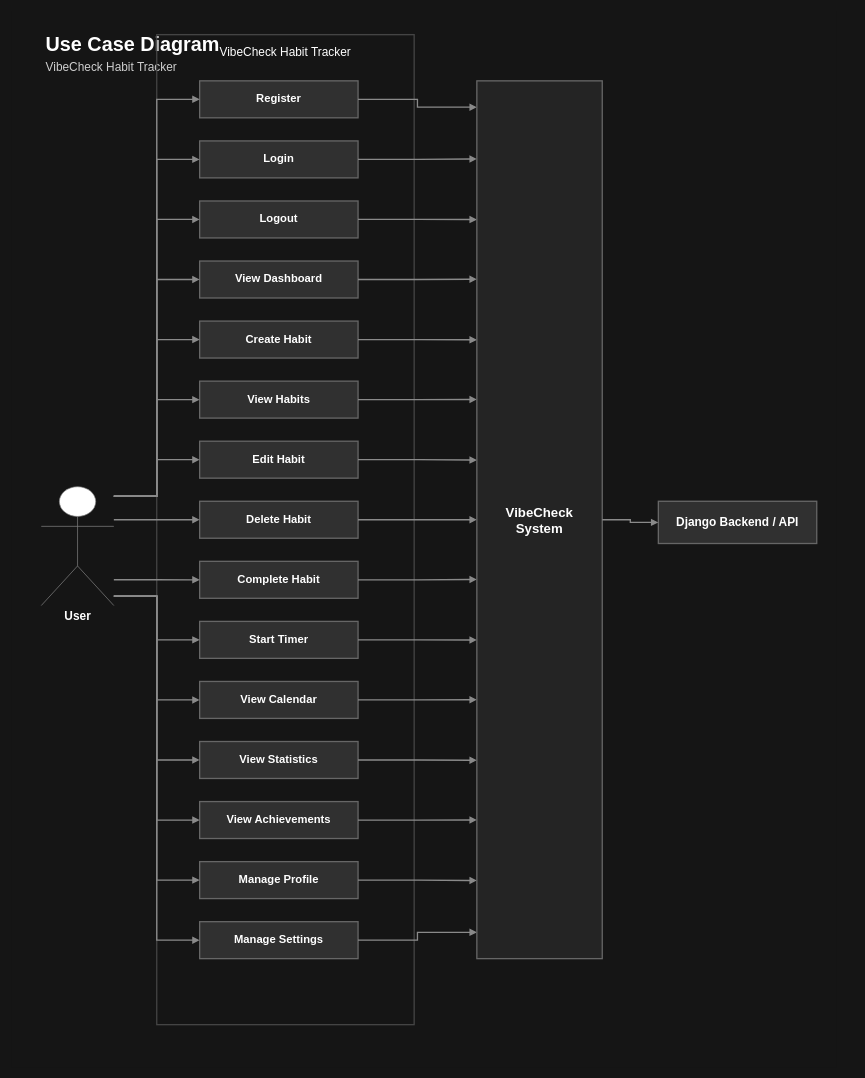
Earlier version of the draw.io diagram page "Use Case Diagram" (1 of 4) of docs/diagrams/drawio/vibecheck-diagrams.drawio (stellandegwa853/habittracker). Source tidied: cells renumbered, new cells numbered last; positions are measured from the earlier drawing's top-left corner, leaving out a move shared by most shapes. Both pictures are drawn from the tidied source at 66%, with x=0, y=0 at pixel (11, 11).
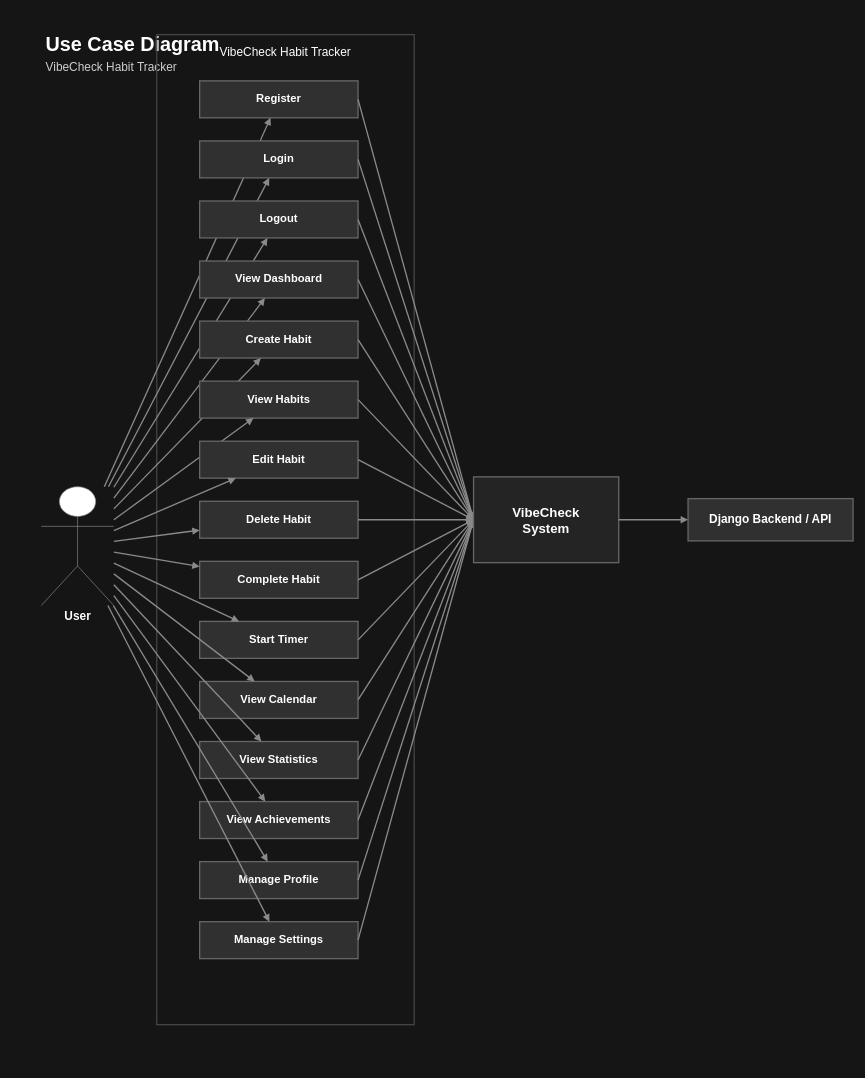
The same page after the edit.

Commit message (it also covers changes not shown here):
Straighten use case diagram connectors

Unchanged cells that the change refers to:
```xml
<mxCell id="5" value="User" style="shape=umlActor;verticalLabelPosition=bottom;verticalAlign=top;html=1;outlineConnect=0;strokeColor=#8a8a8a;fontSize=18;fontStyle=1;fontColor=#ffffff;" parent="1" vertex="1">
  <mxGeometry x="45" y="720" width="110" height="180" as="geometry" />
</mxCell>
<mxCell id="7" value="Register" style="rounded=0;whiteSpace=wrap;html=1;fillColor=#303030;strokeColor=#666666;strokeWidth=2;fontColor=#ffffff;fontSize=17;spacing=10;align=center;verticalAlign=middle;fontStyle=1;" parent="1" vertex="1">
  <mxGeometry x="285" y="105" width="240" height="56" as="geometry" />
</mxCell>
<mxCell id="10" value="Login" style="rounded=0;whiteSpace=wrap;html=1;fillColor=#303030;strokeColor=#666666;strokeWidth=2;fontColor=#ffffff;fontSize=17;spacing=10;align=center;verticalAlign=middle;fontStyle=1;" parent="1" vertex="1">
  <mxGeometry x="285" y="196" width="240" height="56" as="geometry" />
</mxCell>
<mxCell id="13" value="Logout" style="rounded=0;whiteSpace=wrap;html=1;fillColor=#303030;strokeColor=#666666;strokeWidth=2;fontColor=#ffffff;fontSize=17;spacing=10;align=center;verticalAlign=middle;fontStyle=1;" parent="1" vertex="1">
  <mxGeometry x="285" y="287" width="240" height="56" as="geometry" />
</mxCell>
<mxCell id="16" value="View Dashboard" style="rounded=0;whiteSpace=wrap;html=1;fillColor=#303030;strokeColor=#666666;strokeWidth=2;fontColor=#ffffff;fontSize=17;spacing=10;align=center;verticalAlign=middle;fontStyle=1;" parent="1" vertex="1">
  <mxGeometry x="285" y="378" width="240" height="56" as="geometry" />
</mxCell>
<mxCell id="19" value="Create Habit" style="rounded=0;whiteSpace=wrap;html=1;fillColor=#303030;strokeColor=#666666;strokeWidth=2;fontColor=#ffffff;fontSize=17;spacing=10;align=center;verticalAlign=middle;fontStyle=1;" parent="1" vertex="1">
  <mxGeometry x="285" y="469" width="240" height="56" as="geometry" />
</mxCell>
<mxCell id="22" value="View Habits" style="rounded=0;whiteSpace=wrap;html=1;fillColor=#303030;strokeColor=#666666;strokeWidth=2;fontColor=#ffffff;fontSize=17;spacing=10;align=center;verticalAlign=middle;fontStyle=1;" parent="1" vertex="1">
  <mxGeometry x="285" y="560" width="240" height="56" as="geometry" />
</mxCell>
<mxCell id="25" value="Edit Habit" style="rounded=0;whiteSpace=wrap;html=1;fillColor=#303030;strokeColor=#666666;strokeWidth=2;fontColor=#ffffff;fontSize=17;spacing=10;align=center;verticalAlign=middle;fontStyle=1;" parent="1" vertex="1">
  <mxGeometry x="285" y="651" width="240" height="56" as="geometry" />
</mxCell>
<mxCell id="28" value="Delete Habit" style="rounded=0;whiteSpace=wrap;html=1;fillColor=#303030;strokeColor=#666666;strokeWidth=2;fontColor=#ffffff;fontSize=17;spacing=10;align=center;verticalAlign=middle;fontStyle=1;" parent="1" vertex="1">
  <mxGeometry x="285" y="742" width="240" height="56" as="geometry" />
</mxCell>
<mxCell id="31" value="Complete Habit" style="rounded=0;whiteSpace=wrap;html=1;fillColor=#303030;strokeColor=#666666;strokeWidth=2;fontColor=#ffffff;fontSize=17;spacing=10;align=center;verticalAlign=middle;fontStyle=1;" parent="1" vertex="1">
  <mxGeometry x="285" y="833" width="240" height="56" as="geometry" />
</mxCell>
<mxCell id="34" value="Start Timer" style="rounded=0;whiteSpace=wrap;html=1;fillColor=#303030;strokeColor=#666666;strokeWidth=2;fontColor=#ffffff;fontSize=17;spacing=10;align=center;verticalAlign=middle;fontStyle=1;" parent="1" vertex="1">
  <mxGeometry x="285" y="924" width="240" height="56" as="geometry" />
</mxCell>
<mxCell id="37" value="View Calendar" style="rounded=0;whiteSpace=wrap;html=1;fillColor=#303030;strokeColor=#666666;strokeWidth=2;fontColor=#ffffff;fontSize=17;spacing=10;align=center;verticalAlign=middle;fontStyle=1;" parent="1" vertex="1">
  <mxGeometry x="285" y="1015" width="240" height="56" as="geometry" />
</mxCell>
<mxCell id="40" value="View Statistics" style="rounded=0;whiteSpace=wrap;html=1;fillColor=#303030;strokeColor=#666666;strokeWidth=2;fontColor=#ffffff;fontSize=17;spacing=10;align=center;verticalAlign=middle;fontStyle=1;" parent="1" vertex="1">
  <mxGeometry x="285" y="1106" width="240" height="56" as="geometry" />
</mxCell>
<mxCell id="43" value="View Achievements" style="rounded=0;whiteSpace=wrap;html=1;fillColor=#303030;strokeColor=#666666;strokeWidth=2;fontColor=#ffffff;fontSize=17;spacing=10;align=center;verticalAlign=middle;fontStyle=1;" parent="1" vertex="1">
  <mxGeometry x="285" y="1197" width="240" height="56" as="geometry" />
</mxCell>
<mxCell id="46" value="Manage Profile" style="rounded=0;whiteSpace=wrap;html=1;fillColor=#303030;strokeColor=#666666;strokeWidth=2;fontColor=#ffffff;fontSize=17;spacing=10;align=center;verticalAlign=middle;fontStyle=1;" parent="1" vertex="1">
  <mxGeometry x="285" y="1288" width="240" height="56" as="geometry" />
</mxCell>
<mxCell id="49" value="Manage Settings" style="rounded=0;whiteSpace=wrap;html=1;fillColor=#303030;strokeColor=#666666;strokeWidth=2;fontColor=#ffffff;fontSize=17;spacing=10;align=center;verticalAlign=middle;fontStyle=1;" parent="1" vertex="1">
  <mxGeometry x="285" y="1379" width="240" height="56" as="geometry" />
</mxCell>
```

The edit, as a diff of the source:
```diff
@@
-    <mxCell id="8" style="edgeStyle=orthogonalEdgeStyle;rounded=0;html=1;strokeColor=#8a8a8a;strokeWidth=2;fontColor=#ffffff;fontSize=15;labelBackgroundColor=#151515;endArrow=block;endFill=1;exitX=1;exitY=0.080;entryX=0;entryY=0.5;" parent="1" edge="1" source="5" target="7">
+    <mxCell id="8" style="html=1;rounded=0;strokeColor=#8a8a8a;strokeWidth=2;fontColor=#ffffff;fontSize=15;labelBackgroundColor=#151515;endArrow=block;endFill=1;edgeStyle=none;" parent="1" edge="1" source="5" target="7">
       <mxGeometry relative="1" as="geometry" />
     </mxCell>
-    <mxCell id="9" style="edgeStyle=orthogonalEdgeStyle;rounded=0;html=1;strokeColor=#8a8a8a;strokeWidth=2;fontColor=#ffffff;fontSize=15;labelBackgroundColor=#151515;endArrow=block;endFill=1;exitX=1;exitY=0.5;entryX=0;entryY=0.030;" parent="1" edge="1" source="7" target="52">
+    <mxCell id="9" style="html=1;rounded=0;strokeColor=#8a8a8a;strokeWidth=2;fontColor=#ffffff;fontSize=15;labelBackgroundColor=#151515;endArrow=block;endFill=1;edgeStyle=none;exitX=1;exitY=0.5;entryX=0;entryY=0.5;entryPerimeter=0;" parent="1" edge="1" source="7" target="52">
       <mxGeometry relative="1" as="geometry" />
     </mxCell>
@@
-    <mxCell id="11" style="edgeStyle=orthogonalEdgeStyle;rounded=0;html=1;strokeColor=#8a8a8a;strokeWidth=2;fontColor=#ffffff;fontSize=15;labelBackgroundColor=#151515;endArrow=block;endFill=1;exitX=1;exitY=0.080;entryX=0;entryY=0.5;" parent="1" edge="1" source="5" target="10">
+    <mxCell id="11" style="html=1;rounded=0;strokeColor=#8a8a8a;strokeWidth=2;fontColor=#ffffff;fontSize=15;labelBackgroundColor=#151515;endArrow=block;endFill=1;edgeStyle=none;" parent="1" edge="1" source="5" target="10">
       <mxGeometry relative="1" as="geometry" />
     </mxCell>
-    <mxCell id="12" style="edgeStyle=orthogonalEdgeStyle;rounded=0;html=1;strokeColor=#8a8a8a;strokeWidth=2;fontColor=#ffffff;fontSize=15;labelBackgroundColor=#151515;endArrow=block;endFill=1;exitX=1;exitY=0.5;entryX=0;entryY=0.089;" parent="1" edge="1" source="10" target="52">
+    <mxCell id="12" style="html=1;rounded=0;strokeColor=#8a8a8a;strokeWidth=2;fontColor=#ffffff;fontSize=15;labelBackgroundColor=#151515;endArrow=block;endFill=1;edgeStyle=none;exitX=1;exitY=0.5;entryX=0;entryY=0.5;entryPerimeter=0;" parent="1" edge="1" source="10" target="52">
       <mxGeometry relative="1" as="geometry" />
     </mxCell>
@@
-    <mxCell id="14" style="edgeStyle=orthogonalEdgeStyle;rounded=0;html=1;strokeColor=#8a8a8a;strokeWidth=2;fontColor=#ffffff;fontSize=15;labelBackgroundColor=#151515;endArrow=block;endFill=1;exitX=1;exitY=0.080;entryX=0;entryY=0.5;" parent="1" edge="1" source="5" target="13">
+    <mxCell id="14" style="html=1;rounded=0;strokeColor=#8a8a8a;strokeWidth=2;fontColor=#ffffff;fontSize=15;labelBackgroundColor=#151515;endArrow=block;endFill=1;edgeStyle=none;" parent="1" edge="1" source="5" target="13">
       <mxGeometry relative="1" as="geometry" />
     </mxCell>
-    <mxCell id="15" style="edgeStyle=orthogonalEdgeStyle;rounded=0;html=1;strokeColor=#8a8a8a;strokeWidth=2;fontColor=#ffffff;fontSize=15;labelBackgroundColor=#151515;endArrow=block;endFill=1;exitX=1;exitY=0.5;entryX=0;entryY=0.158;" parent="1" edge="1" source="13" target="52">
+    <mxCell id="15" style="html=1;rounded=0;strokeColor=#8a8a8a;strokeWidth=2;fontColor=#ffffff;fontSize=15;labelBackgroundColor=#151515;endArrow=block;endFill=1;edgeStyle=none;exitX=1;exitY=0.5;entryX=0;entryY=0.5;entryPerimeter=0;" parent="1" edge="1" source="13" target="52">
       <mxGeometry relative="1" as="geometry" />
     </mxCell>
@@
-    <mxCell id="17" style="edgeStyle=orthogonalEdgeStyle;rounded=0;html=1;strokeColor=#8a8a8a;strokeWidth=2;fontColor=#ffffff;fontSize=15;labelBackgroundColor=#151515;endArrow=block;endFill=1;exitX=1;exitY=0.080;entryX=0;entryY=0.5;" parent="1" edge="1" source="5" target="16">
+    <mxCell id="17" style="html=1;rounded=0;strokeColor=#8a8a8a;strokeWidth=2;fontColor=#ffffff;fontSize=15;labelBackgroundColor=#151515;endArrow=block;endFill=1;edgeStyle=none;" parent="1" edge="1" source="5" target="16">
       <mxGeometry relative="1" as="geometry" />
     </mxCell>
-    <mxCell id="18" style="edgeStyle=orthogonalEdgeStyle;rounded=0;html=1;strokeColor=#8a8a8a;strokeWidth=2;fontColor=#ffffff;fontSize=15;labelBackgroundColor=#151515;endArrow=block;endFill=1;exitX=1;exitY=0.5;entryX=0;entryY=0.226;" parent="1" edge="1" source="16" target="52">
+    <mxCell id="18" style="html=1;rounded=0;strokeColor=#8a8a8a;strokeWidth=2;fontColor=#ffffff;fontSize=15;labelBackgroundColor=#151515;endArrow=block;endFill=1;edgeStyle=none;exitX=1;exitY=0.5;entryX=0;entryY=0.5;entryPerimeter=0;" parent="1" edge="1" source="16" target="52">
       <mxGeometry relative="1" as="geometry" />
     </mxCell>
@@
-    <mxCell id="20" style="edgeStyle=orthogonalEdgeStyle;rounded=0;html=1;strokeColor=#8a8a8a;strokeWidth=2;fontColor=#ffffff;fontSize=15;labelBackgroundColor=#151515;endArrow=block;endFill=1;exitX=1;exitY=0.080;entryX=0;entryY=0.5;" parent="1" edge="1" source="5" target="19">
+    <mxCell id="20" style="html=1;rounded=0;strokeColor=#8a8a8a;strokeWidth=2;fontColor=#ffffff;fontSize=15;labelBackgroundColor=#151515;endArrow=block;endFill=1;edgeStyle=none;" parent="1" edge="1" source="5" target="19">
       <mxGeometry relative="1" as="geometry" />
     </mxCell>
-    <mxCell id="21" style="edgeStyle=orthogonalEdgeStyle;rounded=0;html=1;strokeColor=#8a8a8a;strokeWidth=2;fontColor=#ffffff;fontSize=15;labelBackgroundColor=#151515;endArrow=block;endFill=1;exitX=1;exitY=0.5;entryX=0;entryY=0.295;" parent="1" edge="1" source="19" target="52">
+    <mxCell id="21" style="html=1;rounded=0;strokeColor=#8a8a8a;strokeWidth=2;fontColor=#ffffff;fontSize=15;labelBackgroundColor=#151515;endArrow=block;endFill=1;edgeStyle=none;exitX=1;exitY=0.5;entryX=0;entryY=0.5;entryPerimeter=0;" parent="1" edge="1" source="19" target="52">
       <mxGeometry relative="1" as="geometry" />
     </mxCell>
@@
-    <mxCell id="23" style="edgeStyle=orthogonalEdgeStyle;rounded=0;html=1;strokeColor=#8a8a8a;strokeWidth=2;fontColor=#ffffff;fontSize=15;labelBackgroundColor=#151515;endArrow=block;endFill=1;exitX=1;exitY=0.080;entryX=0;entryY=0.5;" parent="1" edge="1" source="5" target="22">
+    <mxCell id="23" style="html=1;rounded=0;strokeColor=#8a8a8a;strokeWidth=2;fontColor=#ffffff;fontSize=15;labelBackgroundColor=#151515;endArrow=block;endFill=1;edgeStyle=none;" parent="1" edge="1" source="5" target="22">
       <mxGeometry relative="1" as="geometry" />
     </mxCell>
-    <mxCell id="24" style="edgeStyle=orthogonalEdgeStyle;rounded=0;html=1;strokeColor=#8a8a8a;strokeWidth=2;fontColor=#ffffff;fontSize=15;labelBackgroundColor=#151515;endArrow=block;endFill=1;exitX=1;exitY=0.5;entryX=0;entryY=0.363;" parent="1" edge="1" source="22" target="52">
+    <mxCell id="24" style="html=1;rounded=0;strokeColor=#8a8a8a;strokeWidth=2;fontColor=#ffffff;fontSize=15;labelBackgroundColor=#151515;endArrow=block;endFill=1;edgeStyle=none;exitX=1;exitY=0.5;entryX=0;entryY=0.5;entryPerimeter=0;" parent="1" edge="1" source="22" target="52">
       <mxGeometry relative="1" as="geometry" />
     </mxCell>
@@
-    <mxCell id="26" style="edgeStyle=orthogonalEdgeStyle;rounded=0;html=1;strokeColor=#8a8a8a;strokeWidth=2;fontColor=#ffffff;fontSize=15;labelBackgroundColor=#151515;endArrow=block;endFill=1;exitX=1;exitY=0.080;entryX=0;entryY=0.5;" parent="1" edge="1" source="5" target="25">
+    <mxCell id="26" style="html=1;rounded=0;strokeColor=#8a8a8a;strokeWidth=2;fontColor=#ffffff;fontSize=15;labelBackgroundColor=#151515;endArrow=block;endFill=1;edgeStyle=none;" parent="1" edge="1" source="5" target="25">
       <mxGeometry relative="1" as="geometry" />
     </mxCell>
-    <mxCell id="27" style="edgeStyle=orthogonalEdgeStyle;rounded=0;html=1;strokeColor=#8a8a8a;strokeWidth=2;fontColor=#ffffff;fontSize=15;labelBackgroundColor=#151515;endArrow=block;endFill=1;exitX=1;exitY=0.5;entryX=0;entryY=0.432;" parent="1" edge="1" source="25" target="52">
+    <mxCell id="27" style="html=1;rounded=0;strokeColor=#8a8a8a;strokeWidth=2;fontColor=#ffffff;fontSize=15;labelBackgroundColor=#151515;endArrow=block;endFill=1;edgeStyle=none;exitX=1;exitY=0.5;entryX=0;entryY=0.5;entryPerimeter=0;" parent="1" edge="1" source="25" target="52">
       <mxGeometry relative="1" as="geometry" />
     </mxCell>
@@
-    <mxCell id="29" style="edgeStyle=orthogonalEdgeStyle;rounded=0;html=1;strokeColor=#8a8a8a;strokeWidth=2;fontColor=#ffffff;fontSize=15;labelBackgroundColor=#151515;endArrow=block;endFill=1;exitX=1;exitY=0.278;entryX=0;entryY=0.5;" parent="1" edge="1" source="5" target="28">
+    <mxCell id="29" style="html=1;rounded=0;strokeColor=#8a8a8a;strokeWidth=2;fontColor=#ffffff;fontSize=15;labelBackgroundColor=#151515;endArrow=block;endFill=1;edgeStyle=none;" parent="1" edge="1" source="5" target="28">
       <mxGeometry relative="1" as="geometry" />
     </mxCell>
-    <mxCell id="30" style="edgeStyle=orthogonalEdgeStyle;rounded=0;html=1;strokeColor=#8a8a8a;strokeWidth=2;fontColor=#ffffff;fontSize=15;labelBackgroundColor=#151515;endArrow=block;endFill=1;exitX=1;exitY=0.5;entryX=0;entryY=0.500;" parent="1" edge="1" source="28" target="52">
+    <mxCell id="30" style="html=1;rounded=0;strokeColor=#8a8a8a;strokeWidth=2;fontColor=#ffffff;fontSize=15;labelBackgroundColor=#151515;endArrow=block;endFill=1;edgeStyle=none;exitX=1;exitY=0.5;entryX=0;entryY=0.5;entryPerimeter=0;" parent="1" edge="1" source="28" target="52">
       <mxGeometry relative="1" as="geometry" />
     </mxCell>
@@
-    <mxCell id="32" style="edgeStyle=orthogonalEdgeStyle;rounded=0;html=1;strokeColor=#8a8a8a;strokeWidth=2;fontColor=#ffffff;fontSize=15;labelBackgroundColor=#151515;endArrow=block;endFill=1;exitX=1;exitY=0.783;entryX=0;entryY=0.5;" parent="1" edge="1" source="5" target="31">
+    <mxCell id="32" style="html=1;rounded=0;strokeColor=#8a8a8a;strokeWidth=2;fontColor=#ffffff;fontSize=15;labelBackgroundColor=#151515;endArrow=block;endFill=1;edgeStyle=none;" parent="1" edge="1" source="5" target="31">
       <mxGeometry relative="1" as="geometry" />
     </mxCell>
-    <mxCell id="33" style="edgeStyle=orthogonalEdgeStyle;rounded=0;html=1;strokeColor=#8a8a8a;strokeWidth=2;fontColor=#ffffff;fontSize=15;labelBackgroundColor=#151515;endArrow=block;endFill=1;exitX=1;exitY=0.5;entryX=0;entryY=0.568;" parent="1" edge="1" source="31" target="52">
+    <mxCell id="33" style="html=1;rounded=0;strokeColor=#8a8a8a;strokeWidth=2;fontColor=#ffffff;fontSize=15;labelBackgroundColor=#151515;endArrow=block;endFill=1;edgeStyle=none;exitX=1;exitY=0.5;entryX=0;entryY=0.5;entryPerimeter=0;" parent="1" edge="1" source="31" target="52">
       <mxGeometry relative="1" as="geometry" />
     </mxCell>
@@
-    <mxCell id="35" style="edgeStyle=orthogonalEdgeStyle;rounded=0;html=1;strokeColor=#8a8a8a;strokeWidth=2;fontColor=#ffffff;fontSize=15;labelBackgroundColor=#151515;endArrow=block;endFill=1;exitX=1;exitY=0.920;entryX=0;entryY=0.5;" parent="1" edge="1" source="5" target="34">
+    <mxCell id="35" style="html=1;rounded=0;strokeColor=#8a8a8a;strokeWidth=2;fontColor=#ffffff;fontSize=15;labelBackgroundColor=#151515;endArrow=block;endFill=1;edgeStyle=none;" parent="1" edge="1" source="5" target="34">
       <mxGeometry relative="1" as="geometry" />
     </mxCell>
-    <mxCell id="36" style="edgeStyle=orthogonalEdgeStyle;rounded=0;html=1;strokeColor=#8a8a8a;strokeWidth=2;fontColor=#ffffff;fontSize=15;labelBackgroundColor=#151515;endArrow=block;endFill=1;exitX=1;exitY=0.5;entryX=0;entryY=0.637;" parent="1" edge="1" source="34" target="52">
+    <mxCell id="36" style="html=1;rounded=0;strokeColor=#8a8a8a;strokeWidth=2;fontColor=#ffffff;fontSize=15;labelBackgroundColor=#151515;endArrow=block;endFill=1;edgeStyle=none;exitX=1;exitY=0.5;entryX=0;entryY=0.5;entryPerimeter=0;" parent="1" edge="1" source="34" target="52">
       <mxGeometry relative="1" as="geometry" />
     </mxCell>
@@
-    <mxCell id="38" style="edgeStyle=orthogonalEdgeStyle;rounded=0;html=1;strokeColor=#8a8a8a;strokeWidth=2;fontColor=#ffffff;fontSize=15;labelBackgroundColor=#151515;endArrow=block;endFill=1;exitX=1;exitY=0.920;entryX=0;entryY=0.5;" parent="1" edge="1" source="5" target="37">
+    <mxCell id="38" style="html=1;rounded=0;strokeColor=#8a8a8a;strokeWidth=2;fontColor=#ffffff;fontSize=15;labelBackgroundColor=#151515;endArrow=block;endFill=1;edgeStyle=none;" parent="1" edge="1" source="5" target="37">
       <mxGeometry relative="1" as="geometry" />
     </mxCell>
-    <mxCell id="39" style="edgeStyle=orthogonalEdgeStyle;rounded=0;html=1;strokeColor=#8a8a8a;strokeWidth=2;fontColor=#ffffff;fontSize=15;labelBackgroundColor=#151515;endArrow=block;endFill=1;exitX=1;exitY=0.5;entryX=0;entryY=0.705;" parent="1" edge="1" source="37" target="52">
+    <mxCell id="39" style="html=1;rounded=0;strokeColor=#8a8a8a;strokeWidth=2;fontColor=#ffffff;fontSize=15;labelBackgroundColor=#151515;endArrow=block;endFill=1;edgeStyle=none;exitX=1;exitY=0.5;entryX=0;entryY=0.5;entryPerimeter=0;" parent="1" edge="1" source="37" target="52">
       <mxGeometry relative="1" as="geometry" />
     </mxCell>
@@
-    <mxCell id="41" style="edgeStyle=orthogonalEdgeStyle;rounded=0;html=1;strokeColor=#8a8a8a;strokeWidth=2;fontColor=#ffffff;fontSize=15;labelBackgroundColor=#151515;endArrow=block;endFill=1;exitX=1;exitY=0.920;entryX=0;entryY=0.5;" parent="1" edge="1" source="5" target="40">
+    <mxCell id="41" style="html=1;rounded=0;strokeColor=#8a8a8a;strokeWidth=2;fontColor=#ffffff;fontSize=15;labelBackgroundColor=#151515;endArrow=block;endFill=1;edgeStyle=none;" parent="1" edge="1" source="5" target="40">
       <mxGeometry relative="1" as="geometry" />
     </mxCell>
-    <mxCell id="42" style="edgeStyle=orthogonalEdgeStyle;rounded=0;html=1;strokeColor=#8a8a8a;strokeWidth=2;fontColor=#ffffff;fontSize=15;labelBackgroundColor=#151515;endArrow=block;endFill=1;exitX=1;exitY=0.5;entryX=0;entryY=0.774;" parent="1" edge="1" source="40" target="52">
+    <mxCell id="42" style="html=1;rounded=0;strokeColor=#8a8a8a;strokeWidth=2;fontColor=#ffffff;fontSize=15;labelBackgroundColor=#151515;endArrow=block;endFill=1;edgeStyle=none;exitX=1;exitY=0.5;entryX=0;entryY=0.5;entryPerimeter=0;" parent="1" edge="1" source="40" target="52">
       <mxGeometry relative="1" as="geometry" />
     </mxCell>
@@
-    <mxCell id="44" style="edgeStyle=orthogonalEdgeStyle;rounded=0;html=1;strokeColor=#8a8a8a;strokeWidth=2;fontColor=#ffffff;fontSize=15;labelBackgroundColor=#151515;endArrow=block;endFill=1;exitX=1;exitY=0.920;entryX=0;entryY=0.5;" parent="1" edge="1" source="5" target="43">
+    <mxCell id="44" style="html=1;rounded=0;strokeColor=#8a8a8a;strokeWidth=2;fontColor=#ffffff;fontSize=15;labelBackgroundColor=#151515;endArrow=block;endFill=1;edgeStyle=none;" parent="1" edge="1" source="5" target="43">
       <mxGeometry relative="1" as="geometry" />
     </mxCell>
-    <mxCell id="45" style="edgeStyle=orthogonalEdgeStyle;rounded=0;html=1;strokeColor=#8a8a8a;strokeWidth=2;fontColor=#ffffff;fontSize=15;labelBackgroundColor=#151515;endArrow=block;endFill=1;exitX=1;exitY=0.5;entryX=0;entryY=0.842;" parent="1" edge="1" source="43" target="52">
+    <mxCell id="45" style="html=1;rounded=0;strokeColor=#8a8a8a;strokeWidth=2;fontColor=#ffffff;fontSize=15;labelBackgroundColor=#151515;endArrow=block;endFill=1;edgeStyle=none;exitX=1;exitY=0.5;entryX=0;entryY=0.5;entryPerimeter=0;" parent="1" edge="1" source="43" target="52">
       <mxGeometry relative="1" as="geometry" />
     </mxCell>
@@
-    <mxCell id="47" style="edgeStyle=orthogonalEdgeStyle;rounded=0;html=1;strokeColor=#8a8a8a;strokeWidth=2;fontColor=#ffffff;fontSize=15;labelBackgroundColor=#151515;endArrow=block;endFill=1;exitX=1;exitY=0.920;entryX=0;entryY=0.5;" parent="1" edge="1" source="5" target="46">
+    <mxCell id="47" style="html=1;rounded=0;strokeColor=#8a8a8a;strokeWidth=2;fontColor=#ffffff;fontSize=15;labelBackgroundColor=#151515;endArrow=block;endFill=1;edgeStyle=none;" parent="1" edge="1" source="5" target="46">
       <mxGeometry relative="1" as="geometry" />
     </mxCell>
-    <mxCell id="48" style="edgeStyle=orthogonalEdgeStyle;rounded=0;html=1;strokeColor=#8a8a8a;strokeWidth=2;fontColor=#ffffff;fontSize=15;labelBackgroundColor=#151515;endArrow=block;endFill=1;exitX=1;exitY=0.5;entryX=0;entryY=0.911;" parent="1" edge="1" source="46" target="52">
+    <mxCell id="48" style="html=1;rounded=0;strokeColor=#8a8a8a;strokeWidth=2;fontColor=#ffffff;fontSize=15;labelBackgroundColor=#151515;endArrow=block;endFill=1;edgeStyle=none;exitX=1;exitY=0.5;entryX=0;entryY=0.5;entryPerimeter=0;" parent="1" edge="1" source="46" target="52">
       <mxGeometry relative="1" as="geometry" />
     </mxCell>
@@
-    <mxCell id="50" style="edgeStyle=orthogonalEdgeStyle;rounded=0;html=1;strokeColor=#8a8a8a;strokeWidth=2;fontColor=#ffffff;fontSize=15;labelBackgroundColor=#151515;endArrow=block;endFill=1;exitX=1;exitY=0.920;entryX=0;entryY=0.5;" parent="1" edge="1" source="5" target="49">
+    <mxCell id="50" style="html=1;rounded=0;strokeColor=#8a8a8a;strokeWidth=2;fontColor=#ffffff;fontSize=15;labelBackgroundColor=#151515;endArrow=block;endFill=1;edgeStyle=none;" parent="1" edge="1" source="5" target="49">
       <mxGeometry relative="1" as="geometry" />
     </mxCell>
-    <mxCell id="51" style="edgeStyle=orthogonalEdgeStyle;rounded=0;html=1;strokeColor=#8a8a8a;strokeWidth=2;fontColor=#ffffff;fontSize=15;labelBackgroundColor=#151515;endArrow=block;endFill=1;exitX=1;exitY=0.5;entryX=0;entryY=0.970;" parent="1" edge="1" source="49" target="52">
+    <mxCell id="51" style="html=1;rounded=0;strokeColor=#8a8a8a;strokeWidth=2;fontColor=#ffffff;fontSize=15;labelBackgroundColor=#151515;endArrow=block;endFill=1;edgeStyle=none;exitX=1;exitY=0.5;entryX=0;entryY=0.5;entryPerimeter=0;" parent="1" edge="1" source="49" target="52">
       <mxGeometry relative="1" as="geometry" />
     </mxCell>
     <mxCell id="52" value="VibeCheck&lt;br&gt;System" style="rounded=0;whiteSpace=wrap;html=1;fillColor=#242424;strokeColor=#666666;strokeWidth=2;fontColor=#ffffff;fontSize=20;spacing=10;align=center;verticalAlign=middle;fontStyle=1;" parent="1" vertex="1">
-      <mxGeometry x="705" y="105" width="190" height="1330" as="geometry" />
+      <mxGeometry x="700" y="705" width="220" height="130" as="geometry" />
     </mxCell>
     <mxCell id="53" value="Django Backend / API" style="rounded=0;whiteSpace=wrap;html=1;fillColor=#303030;strokeColor=#666666;strokeWidth=2;fontColor=#ffffff;fontSize=18;spacing=10;align=center;verticalAlign=middle;fontStyle=1;" parent="1" vertex="1">
-      <mxGeometry x="980" y="742" width="240" height="64" as="geometry" />
+      <mxGeometry x="1025" y="738" width="250" height="64" as="geometry" />
     </mxCell>
-    <mxCell id="54" style="edgeStyle=orthogonalEdgeStyle;rounded=0;html=1;strokeColor=#8a8a8a;strokeWidth=2;fontColor=#ffffff;fontSize=15;labelBackgroundColor=#151515;endArrow=block;endFill=1;exitX=1;exitY=0.5;entryX=0;entryY=0.5;" parent="1" edge="1" source="52" target="53">
+    <mxCell id="54" style="html=1;rounded=0;strokeColor=#8a8a8a;strokeWidth=2;fontColor=#ffffff;fontSize=15;labelBackgroundColor=#151515;endArrow=block;endFill=1;edgeStyle=none;exitX=1;exitY=0.5;entryX=0;entryY=0.5;" parent="1" edge="1" source="52" target="53">
       <mxGeometry relative="1" as="geometry" />
     </mxCell>
```
